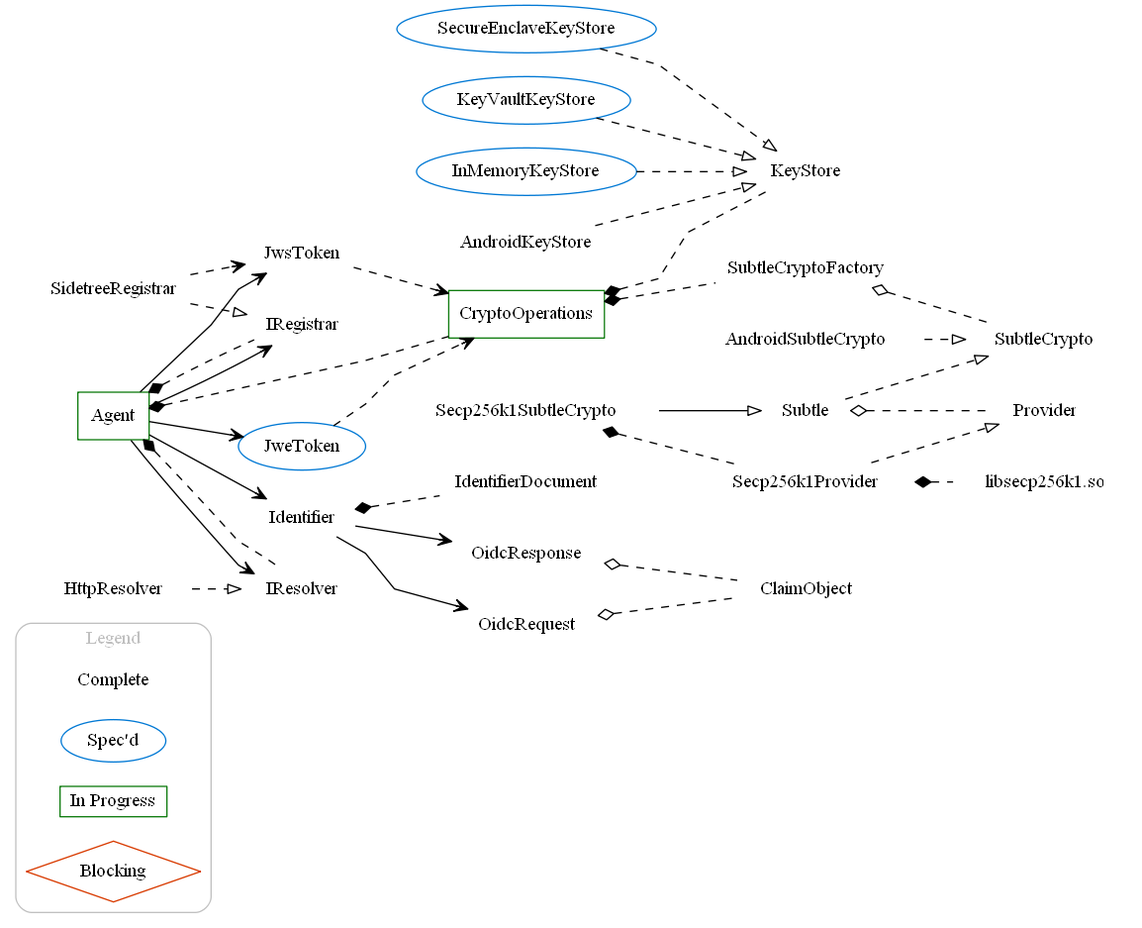
microsoft/VerifiableCredential-SDK-Android keeps this Graphviz diagram as docs/assets/overallStatus.gv.png. Above is the earlier version. Its source is kept beside it as docs/assets/overallStatus.gv.
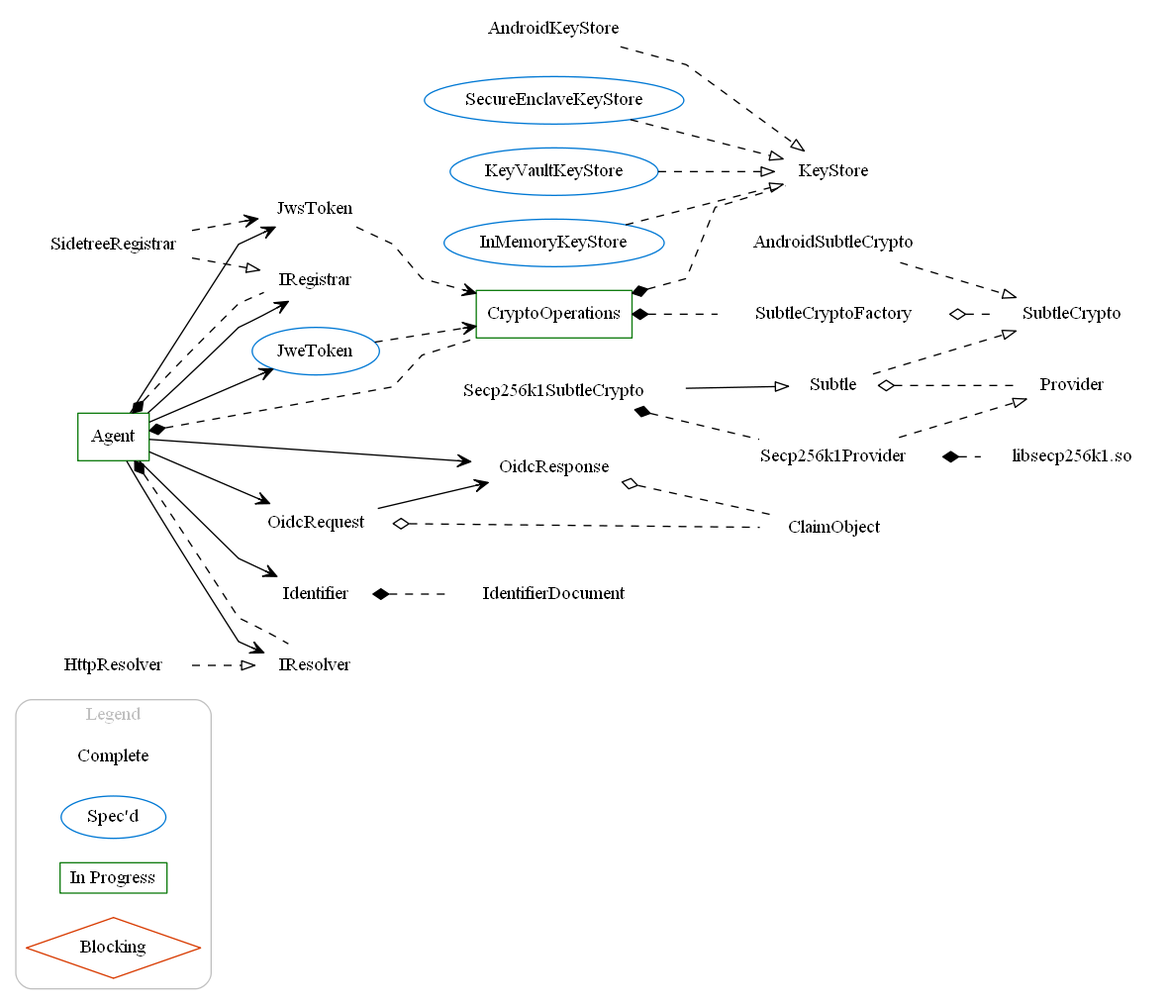
Later version of the same file.

Commit message:
Adding some technical accuracy...

What changed in the source:
```diff
@@ -80,8 +80,9 @@
   Agent -> IResolver
   Agent -> JweToken
   Agent -> JwsToken
-  Identifier -> OidcRequest
-  Identifier -> OidcResponse
+  Agent -> OidcRequest
+  OidcRequest -> OidcResponse
+  Agent -> OidcResponse
 
   edge[arrowhead="empty"]
   Secp256k1SubtleCrypto -> Subtle
```
